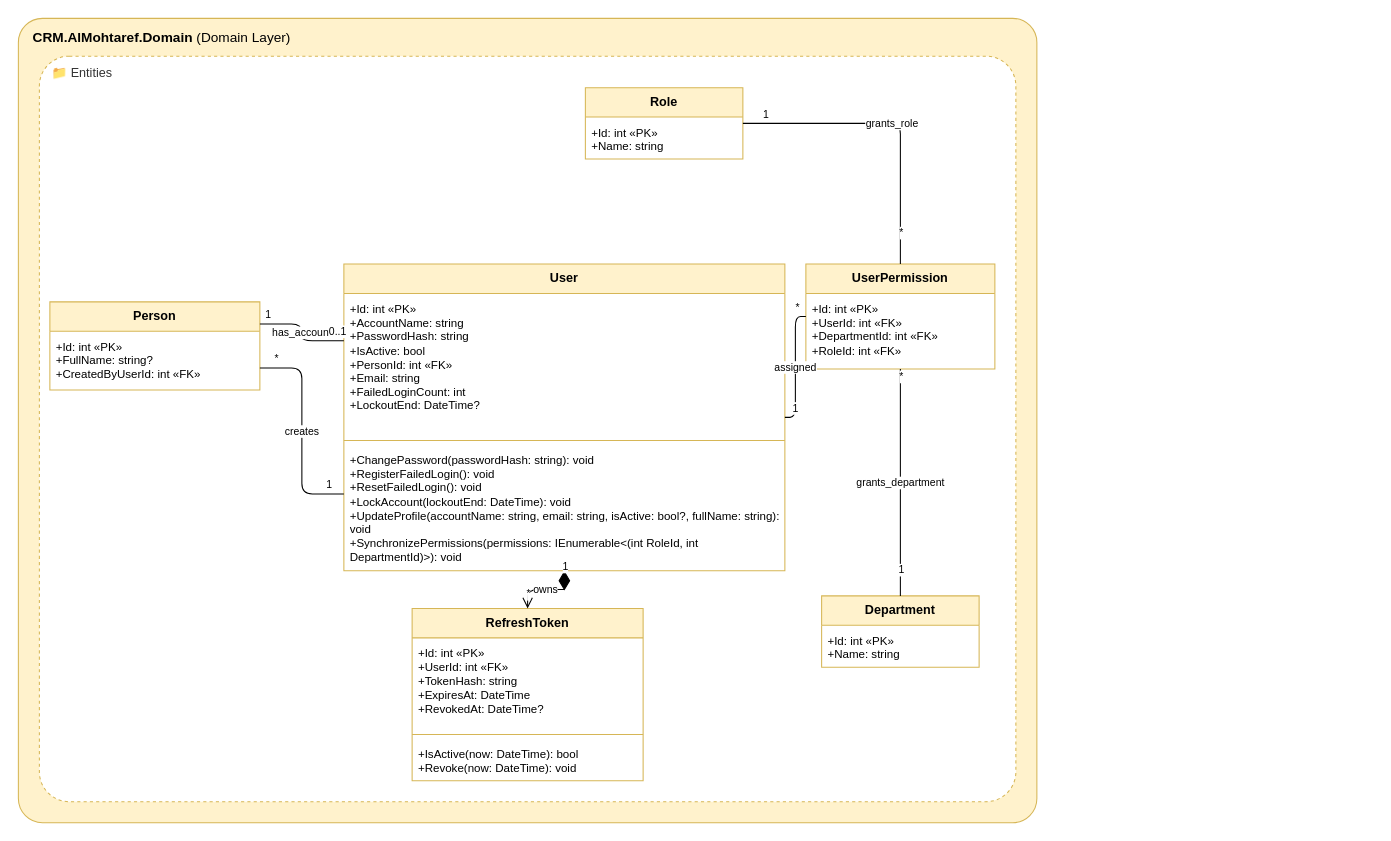
The draw.io diagram page "02 Identity & Access" (2 of 5) of docs/design/classes/domain.drawio in QF-MJ/crm-al-mohtaref, before the edit. Source tidied: cells renumbered, new cells numbered last; positions are measured from the earlier drawing's top-left corner, leaving out a move shared by most shapes. Both pictures are drawn from the tidied source at 105%, with x=0, y=0 at pixel (18, 18).
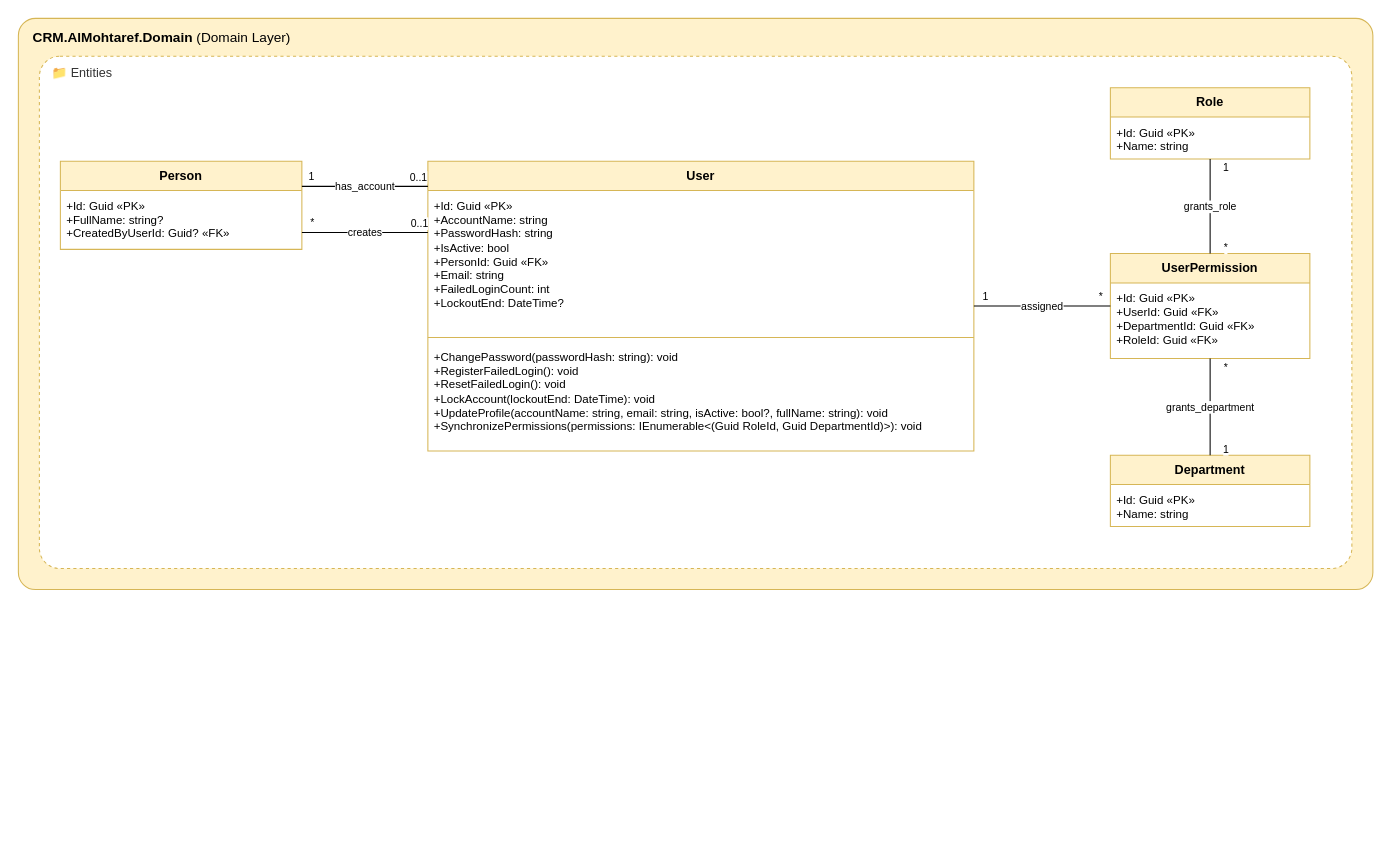
The same diagram, later.

Diff of the diagram source:
```diff
@@
     <mxCell id="2" value="&lt;b&gt;CRM.AlMohtaref.Domain&lt;/b&gt; (Domain Layer)" style="rounded=1;whiteSpace=wrap;html=1;verticalAlign=top;align=left;spacingLeft=12;spacingTop=4;arcSize=3;fillColor=#fff2cc;strokeColor=#d6b656;fontSize=13;" parent="1" vertex="1">
-      <mxGeometry width="970" height="766" as="geometry" />
+      <mxGeometry width="1290" height="544" as="geometry" />
     </mxCell>
     <mxCell id="3" value="&amp;#128193; Entities" style="rounded=1;whiteSpace=wrap;html=1;verticalAlign=top;align=left;spacingLeft=10;spacingTop=2;arcSize=4;fillColor=#FFFFFF;strokeColor=#d6b656;dashed=1;fontSize=12;fontColor=#333333;" parent="2" vertex="1">
-      <mxGeometry x="20" y="36" width="930" height="710" as="geometry" />
+      <mxGeometry x="20" y="36" width="1250" height="488" as="geometry" />
     </mxCell>
-    <mxCell id="4" value="&lt;b&gt;Department&lt;/b&gt;" style="swimlane;fontStyle=0;align=center;verticalAlign=middle;horizontal=1;startSize=28;html=1;whiteSpace=wrap;fontSize=12;fillColor=#fff2cc;strokeColor=#d6b656;swimlaneFillColor=#FFFFFF;" parent="3" vertex="1">
-      <mxGeometry x="745" y="514" width="150" height="68" as="geometry" />
-    </mxCell>
-    <mxCell id="5" value="+Id: int «PK»&lt;br&gt;+Name: string" style="text;strokeColor=none;fillColor=none;align=left;verticalAlign=top;spacingLeft=4;spacingRight=4;spacingTop=2;overflow=hidden;whiteSpace=wrap;html=1;fontSize=11;" parent="4" vertex="1">
-      <mxGeometry y="28" width="150" height="40" as="geometry" />
-    </mxCell>
     <mxCell id="6" value="&lt;b&gt;Role&lt;/b&gt;" style="swimlane;fontStyle=0;align=center;verticalAlign=middle;horizontal=1;startSize=28;html=1;whiteSpace=wrap;fontSize=12;fillColor=#fff2cc;strokeColor=#d6b656;swimlaneFillColor=#FFFFFF;" parent="3" vertex="1">
-      <mxGeometry x="520" y="30" width="150" height="68" as="geometry" />
+      <mxGeometry x="1020" y="30" width="190" height="68" as="geometry" />
     </mxCell>
-    <mxCell id="7" value="+Id: int «PK»&lt;br&gt;+Name: string" style="text;strokeColor=none;fillColor=none;align=left;verticalAlign=top;spacingLeft=4;spacingRight=4;spacingTop=2;overflow=hidden;whiteSpace=wrap;html=1;fontSize=11;" parent="6" vertex="1">
-      <mxGeometry y="28" width="150" height="40" as="geometry" />
+    <mxCell id="7" value="+Id: Guid «PK»&lt;br&gt;+Name: string" style="text;strokeColor=none;fillColor=none;align=left;verticalAlign=top;spacingLeft=4;spacingRight=4;spacingTop=2;overflow=hidden;whiteSpace=wrap;html=1;fontSize=11;" parent="6" vertex="1">
+      <mxGeometry y="28" width="190" height="40" as="geometry" />
     </mxCell>
     <mxCell id="8" value="&lt;b&gt;Person&lt;/b&gt;" style="swimlane;fontStyle=0;align=center;verticalAlign=middle;horizontal=1;startSize=28;html=1;whiteSpace=wrap;fontSize=12;fillColor=#fff2cc;strokeColor=#d6b656;swimlaneFillColor=#FFFFFF;" parent="3" vertex="1">
-      <mxGeometry x="10" y="234" width="200" height="84" as="geometry" />
+      <mxGeometry x="20" y="100" width="230" height="84" as="geometry" />
     </mxCell>
-    <mxCell id="9" value="+Id: int «PK»&lt;br&gt;+FullName: string?&lt;br&gt;+CreatedByUserId: int «FK»" style="text;strokeColor=none;fillColor=none;align=left;verticalAlign=top;spacingLeft=4;spacingRight=4;spacingTop=2;overflow=hidden;whiteSpace=wrap;html=1;fontSize=11;" parent="8" vertex="1">
-      <mxGeometry y="28" width="200" height="56" as="geometry" />
+    <mxCell id="9" value="+Id: Guid «PK»&lt;br&gt;+FullName: string?&lt;br&gt;+CreatedByUserId: Guid? «FK»" style="text;strokeColor=none;fillColor=none;align=left;verticalAlign=top;spacingLeft=4;spacingRight=4;spacingTop=2;overflow=hidden;whiteSpace=wrap;html=1;fontSize=11;" parent="8" vertex="1">
+      <mxGeometry y="28" width="230" height="56" as="geometry" />
     </mxCell>
     <mxCell id="10" value="&lt;b&gt;User&lt;/b&gt;" style="swimlane;fontStyle=0;align=center;verticalAlign=middle;horizontal=1;startSize=28;html=1;whiteSpace=wrap;fontSize=12;fillColor=#fff2cc;strokeColor=#d6b656;swimlaneFillColor=#FFFFFF;" parent="3" vertex="1">
-      <mxGeometry x="290" y="198" width="420" height="292" as="geometry" />
+      <mxGeometry x="370" y="100" width="520" height="276" as="geometry" />
     </mxCell>
-    <mxCell id="11" value="+Id: int «PK»&lt;br&gt;+AccountName: string&lt;br&gt;+PasswordHash: string&lt;br&gt;+IsActive: bool&lt;br&gt;+PersonId: int «FK»&lt;br&gt;+Email: string&lt;br&gt;+FailedLoginCount: int&lt;br&gt;+LockoutEnd: DateTime?" style="text;strokeColor=none;fillColor=none;align=left;verticalAlign=top;spacingLeft=4;spacingRight=4;spacingTop=2;overflow=hidden;whiteSpace=wrap;html=1;fontSize=11;" parent="10" vertex="1">
-      <mxGeometry y="28" width="420" height="136" as="geometry" />
+    <mxCell id="11" value="+Id: Guid «PK»&lt;br&gt;+AccountName: string&lt;br&gt;+PasswordHash: string&lt;br&gt;+IsActive: bool&lt;br&gt;+PersonId: Guid «FK»&lt;br&gt;+Email: string&lt;br&gt;+FailedLoginCount: int&lt;br&gt;+LockoutEnd: DateTime?" style="text;strokeColor=none;fillColor=none;align=left;verticalAlign=top;spacingLeft=4;spacingRight=4;spacingTop=2;overflow=hidden;whiteSpace=wrap;html=1;fontSize=11;" parent="10" vertex="1">
+      <mxGeometry y="28" width="520" height="136" as="geometry" />
     </mxCell>
     <mxCell id="12" style="line;strokeWidth=1;fillColor=none;align=left;verticalAlign=middle;spacingTop=-1;spacingLeft=3;spacingRight=3;labelPosition=right;strokeColor=inherit;" parent="10" vertex="1">
-      <mxGeometry y="164" width="420" height="8" as="geometry" />
+      <mxGeometry y="164" width="520" height="8" as="geometry" />
     </mxCell>
-    <mxCell id="13" value="+ChangePassword(passwordHash: string): void&lt;br&gt;+RegisterFailedLogin(): void&lt;br&gt;+ResetFailedLogin(): void&lt;br&gt;+LockAccount(lockoutEnd: DateTime): void&lt;br&gt;+UpdateProfile(accountName: string, email: string, isActive: bool?, fullName: string): void&lt;br&gt;+SynchronizePermissions(permissions: IEnumerable&amp;lt;(int RoleId, int DepartmentId)&amp;gt;): void" style="text;strokeColor=none;fillColor=none;align=left;verticalAlign=top;spacingLeft=4;spacingRight=4;spacingTop=2;overflow=hidden;whiteSpace=wrap;html=1;fontSize=11;" parent="10" vertex="1">
-      <mxGeometry y="172" width="420" height="120" as="geometry" />
+    <mxCell id="13" value="+ChangePassword(passwordHash: string): void&lt;br&gt;+RegisterFailedLogin(): void&lt;br&gt;+ResetFailedLogin(): void&lt;br&gt;+LockAccount(lockoutEnd: DateTime): void&lt;br&gt;+UpdateProfile(accountName: string, email: string, isActive: bool?, fullName: string): void&lt;br&gt;+SynchronizePermissions(permissions: IEnumerable&amp;lt;(Guid RoleId, Guid DepartmentId)&amp;gt;): void" style="text;strokeColor=none;fillColor=none;align=left;verticalAlign=top;spacingLeft=4;spacingRight=4;spacingTop=2;overflow=hidden;whiteSpace=wrap;html=1;fontSize=11;" parent="10" vertex="1">
+      <mxGeometry y="172" width="520" height="104" as="geometry" />
     </mxCell>
     <mxCell id="14" value="&lt;b&gt;UserPermission&lt;/b&gt;" style="swimlane;fontStyle=0;align=center;verticalAlign=middle;horizontal=1;startSize=28;html=1;whiteSpace=wrap;fontSize=12;fillColor=#fff2cc;strokeColor=#d6b656;swimlaneFillColor=#FFFFFF;" parent="3" vertex="1">
-      <mxGeometry x="730" y="198" width="180" height="100" as="geometry" />
+      <mxGeometry x="1020" y="188" width="190" height="100" as="geometry" />
     </mxCell>
-    <mxCell id="15" value="+Id: int «PK»&lt;br&gt;+UserId: int «FK»&lt;br&gt;+DepartmentId: int «FK»&lt;br&gt;+RoleId: int «FK»" style="text;strokeColor=none;fillColor=none;align=left;verticalAlign=top;spacingLeft=4;spacingRight=4;spacingTop=2;overflow=hidden;whiteSpace=wrap;html=1;fontSize=11;" parent="14" vertex="1">
-      <mxGeometry y="28" width="180" height="72" as="geometry" />
+    <mxCell id="15" value="+Id: Guid «PK»&lt;br&gt;+UserId: Guid «FK»&lt;br&gt;+DepartmentId: Guid «FK»&lt;br&gt;+RoleId: Guid «FK»" style="text;strokeColor=none;fillColor=none;align=left;verticalAlign=top;spacingLeft=4;spacingRight=4;spacingTop=2;overflow=hidden;whiteSpace=wrap;html=1;fontSize=11;" parent="14" vertex="1">
+      <mxGeometry y="28" width="190" height="72" as="geometry" />
     </mxCell>
-    <mxCell id="16" value="&lt;b&gt;RefreshToken&lt;/b&gt;" style="swimlane;fontStyle=0;align=center;verticalAlign=middle;horizontal=1;startSize=28;html=1;whiteSpace=wrap;fontSize=12;fillColor=#fff2cc;strokeColor=#d6b656;swimlaneFillColor=#FFFFFF;" parent="3" vertex="1">
-      <mxGeometry x="355" y="526" width="220" height="164" as="geometry" />
-    </mxCell>
-    <mxCell id="17" value="+Id: int «PK»&lt;br&gt;+UserId: int «FK»&lt;br&gt;+TokenHash: string&lt;br&gt;+ExpiresAt: DateTime&lt;br&gt;+RevokedAt: DateTime?" style="text;strokeColor=none;fillColor=none;align=left;verticalAlign=top;spacingLeft=4;spacingRight=4;spacingTop=2;overflow=hidden;whiteSpace=wrap;html=1;fontSize=11;" parent="16" vertex="1">
-      <mxGeometry y="28" width="220" height="88" as="geometry" />
-    </mxCell>
-    <mxCell id="18" style="line;strokeWidth=1;fillColor=none;align=left;verticalAlign=middle;spacingTop=-1;spacingLeft=3;spacingRight=3;labelPosition=right;strokeColor=inherit;" parent="16" vertex="1">
-      <mxGeometry y="116" width="220" height="8" as="geometry" />
-    </mxCell>
-    <mxCell id="19" value="+IsActive(now: DateTime): bool&lt;br&gt;+Revoke(now: DateTime): void" style="text;strokeColor=none;fillColor=none;align=left;verticalAlign=top;spacingLeft=4;spacingRight=4;spacingTop=2;overflow=hidden;whiteSpace=wrap;html=1;fontSize=11;" parent="16" vertex="1">
-      <mxGeometry y="124" width="220" height="40" as="geometry" />
-    </mxCell>
-    <mxCell id="20" value="has_account" style="endArrow=none;html=1;edgeStyle=orthogonalEdgeStyle;rounded=1;fontSize=10;labelBackgroundColor=#FFFFFF;exitX=1;exitY=0.25;exitDx=0;exitDy=0;entryX=0;entryY=0.25;entryDx=0;entryDy=0;" parent="1" edge="1" source="8" target="10">
-      <mxGeometry relative="1" as="geometry" />
-    </mxCell>
-    <mxCell id="21" value="1" style="edgeLabel;html=1;align=center;verticalAlign=middle;fontSize=10;" parent="20" vertex="1">
-      <mxGeometry x="-0.85" relative="1" as="geometry">
-        <mxPoint y="-10" as="offset" />
-      </mxGeometry>
-    </mxCell>
-    <mxCell id="22" value="0..1" style="edgeLabel;html=1;align=center;verticalAlign=middle;fontSize=10;" parent="20" vertex="1">
-      <mxGeometry x="0.85" relative="1" as="geometry">
-        <mxPoint y="-10" as="offset" />
-      </mxGeometry>
-    </mxCell>
+    <mxCell id="4" value="&lt;b&gt;Department&lt;/b&gt;" style="swimlane;fontStyle=0;align=center;verticalAlign=middle;horizontal=1;startSize=28;html=1;whiteSpace=wrap;fontSize=12;fillColor=#fff2cc;strokeColor=#d6b656;swimlaneFillColor=#FFFFFF;" parent="3" vertex="1">
+      <mxGeometry x="1020" y="380" width="190" height="68" as="geometry" />
+    </mxCell>
+    <mxCell id="5" value="+Id: Guid «PK»&lt;br&gt;+Name: string" style="text;strokeColor=none;fillColor=none;align=left;verticalAlign=top;spacingLeft=4;spacingRight=4;spacingTop=2;overflow=hidden;whiteSpace=wrap;html=1;fontSize=11;" parent="4" vertex="1">
+      <mxGeometry y="28" width="190" height="40" as="geometry" />
+    </mxCell>
-    <mxCell id="23" value="creates" style="endArrow=none;html=1;edgeStyle=orthogonalEdgeStyle;rounded=1;fontSize=10;labelBackgroundColor=#FFFFFF;exitX=0;exitY=0.75;exitDx=0;exitDy=0;entryX=1;entryY=0.75;entryDx=0;entryDy=0;" parent="1" edge="1" source="10" target="8">
+    <mxCell id="23" value="has_account" style="endArrow=none;html=1;edgeStyle=orthogonalEdgeStyle;rounded=1;fontSize=10;labelBackgroundColor=#FFFFFF;exitX=1.0000;exitY=0.2857;exitDx=0;exitDy=0;entryX=0.0000;entryY=0.0870;entryDx=0;entryDy=0;" parent="1" edge="1" source="8" target="10">
       <mxGeometry relative="1" as="geometry" />
     </mxCell>
-    <mxCell id="24" value="1" style="edgeLabel;html=1;align=center;verticalAlign=middle;fontSize=10;" parent="23" vertex="1">
+    <mxCell id="24" value="1" style="edgeLabel;html=1;align=center;verticalAlign=middle;fontSize=10;labelBackgroundColor=#FFFFFF;" parent="23" vertex="1">
       <mxGeometry x="-0.85" relative="1" as="geometry">
         <mxPoint y="-10" as="offset" />
       </mxGeometry>
     </mxCell>
-    <mxCell id="25" value="*" style="edgeLabel;html=1;align=center;verticalAlign=middle;fontSize=10;" parent="23" vertex="1">
+    <mxCell id="25" value="0..1" style="edgeLabel;html=1;align=center;verticalAlign=middle;fontSize=10;labelBackgroundColor=#FFFFFF;" parent="23" vertex="1">
       <mxGeometry x="0.85" relative="1" as="geometry">
         <mxPoint y="-10" as="offset" />
       </mxGeometry>
     </mxCell>
-    <mxCell id="26" value="assigned" style="endArrow=none;html=1;edgeStyle=orthogonalEdgeStyle;rounded=1;fontSize=10;labelBackgroundColor=#FFFFFF;" parent="1" edge="1" source="10" target="14">
+    <mxCell id="26" value="creates" style="endArrow=none;html=1;edgeStyle=orthogonalEdgeStyle;rounded=1;fontSize=10;labelBackgroundColor=#FFFFFF;exitX=0.0000;exitY=0.2464;exitDx=0;exitDy=0;entryX=1.0000;entryY=0.8095;entryDx=0;entryDy=0;" parent="1" edge="1" source="10" target="8">
       <mxGeometry relative="1" as="geometry" />
     </mxCell>
-    <mxCell id="27" value="1" style="edgeLabel;html=1;align=center;verticalAlign=middle;fontSize=10;" parent="26" vertex="1">
+    <mxCell id="27" value="0..1" style="edgeLabel;html=1;align=center;verticalAlign=middle;fontSize=10;labelBackgroundColor=#FFFFFF;" parent="26" vertex="1">
       <mxGeometry x="-0.85" relative="1" as="geometry">
         <mxPoint y="-10" as="offset" />
       </mxGeometry>
     </mxCell>
-    <mxCell id="28" value="*" style="edgeLabel;html=1;align=center;verticalAlign=middle;fontSize=10;" parent="26" vertex="1">
+    <mxCell id="28" value="*" style="edgeLabel;html=1;align=center;verticalAlign=middle;fontSize=10;labelBackgroundColor=#FFFFFF;" parent="26" vertex="1">
       <mxGeometry x="0.85" relative="1" as="geometry">
         <mxPoint y="-10" as="offset" />
       </mxGeometry>
     </mxCell>
-    <mxCell id="29" value="grants_department" style="endArrow=none;html=1;edgeStyle=orthogonalEdgeStyle;rounded=1;fontSize=10;labelBackgroundColor=#FFFFFF;" parent="1" edge="1" source="4" target="14">
+    <mxCell id="29" value="assigned" style="endArrow=none;html=1;edgeStyle=orthogonalEdgeStyle;rounded=1;fontSize=10;labelBackgroundColor=#FFFFFF;exitX=1.0000;exitY=0.5000;exitDx=0;exitDy=0;entryX=0.0000;entryY=0.5000;entryDx=0;entryDy=0;" parent="1" edge="1" source="10" target="14">
       <mxGeometry relative="1" as="geometry" />
     </mxCell>
-    <mxCell id="30" value="1" style="edgeLabel;html=1;align=center;verticalAlign=middle;fontSize=10;" parent="29" vertex="1">
+    <mxCell id="30" value="1" style="edgeLabel;html=1;align=center;verticalAlign=middle;fontSize=10;labelBackgroundColor=#FFFFFF;" parent="29" vertex="1">
       <mxGeometry x="-0.85" relative="1" as="geometry">
         <mxPoint y="-10" as="offset" />
       </mxGeometry>
     </mxCell>
-    <mxCell id="31" value="*" style="edgeLabel;html=1;align=center;verticalAlign=middle;fontSize=10;" parent="29" vertex="1">
+    <mxCell id="31" value="*" style="edgeLabel;html=1;align=center;verticalAlign=middle;fontSize=10;labelBackgroundColor=#FFFFFF;" parent="29" vertex="1">
       <mxGeometry x="0.85" relative="1" as="geometry">
         <mxPoint y="-10" as="offset" />
       </mxGeometry>
     </mxCell>
-    <mxCell id="32" value="grants_role" style="endArrow=none;html=1;edgeStyle=orthogonalEdgeStyle;rounded=1;fontSize=10;labelBackgroundColor=#FFFFFF;" parent="1" edge="1" source="6" target="14">
+    <mxCell id="32" value="grants_role" style="endArrow=none;html=1;edgeStyle=orthogonalEdgeStyle;rounded=1;fontSize=10;labelBackgroundColor=#FFFFFF;exitX=0.5000;exitY=1.0000;exitDx=0;exitDy=0;entryX=0.5000;entryY=0.0000;entryDx=0;entryDy=0;" parent="1" edge="1" source="6" target="14">
       <mxGeometry relative="1" as="geometry" />
     </mxCell>
-    <mxCell id="33" value="1" style="edgeLabel;html=1;align=center;verticalAlign=middle;fontSize=10;" parent="32" vertex="1">
+    <mxCell id="33" value="1" style="edgeLabel;html=1;align=center;verticalAlign=middle;fontSize=10;labelBackgroundColor=#FFFFFF;" parent="32" vertex="1">
       <mxGeometry x="-0.85" relative="1" as="geometry">
-        <mxPoint y="-10" as="offset" />
+        <mxPoint x="14" as="offset" />
       </mxGeometry>
     </mxCell>
-    <mxCell id="34" value="*" style="edgeLabel;html=1;align=center;verticalAlign=middle;fontSize=10;" parent="32" vertex="1">
+    <mxCell id="34" value="*" style="edgeLabel;html=1;align=center;verticalAlign=middle;fontSize=10;labelBackgroundColor=#FFFFFF;" parent="32" vertex="1">
       <mxGeometry x="0.85" relative="1" as="geometry">
-        <mxPoint y="-10" as="offset" />
+        <mxPoint x="14" as="offset" />
       </mxGeometry>
     </mxCell>
-    <mxCell id="35" value="owns" style="startArrow=diamondThin;startFill=1;startSize=16;endArrow=open;endSize=8;html=1;edgeStyle=orthogonalEdgeStyle;rounded=1;fontSize=10;labelBackgroundColor=#FFFFFF;" parent="1" edge="1" source="10" target="16">
+    <mxCell id="35" value="grants_department" style="endArrow=none;html=1;edgeStyle=orthogonalEdgeStyle;rounded=1;fontSize=10;labelBackgroundColor=#FFFFFF;exitX=0.5000;exitY=0.0000;exitDx=0;exitDy=0;entryX=0.5000;entryY=1.0000;entryDx=0;entryDy=0;" parent="1" edge="1" source="4" target="14">
       <mxGeometry relative="1" as="geometry" />
     </mxCell>
-    <mxCell id="36" value="1" style="edgeLabel;html=1;align=center;verticalAlign=middle;fontSize=10;" parent="35" vertex="1">
+    <mxCell id="36" value="1" style="edgeLabel;html=1;align=center;verticalAlign=middle;fontSize=10;labelBackgroundColor=#FFFFFF;" parent="35" vertex="1">
       <mxGeometry x="-0.85" relative="1" as="geometry">
-        <mxPoint y="-10" as="offset" />
+        <mxPoint x="14" as="offset" />
       </mxGeometry>
     </mxCell>
-    <mxCell id="37" value="*" style="edgeLabel;html=1;align=center;verticalAlign=middle;fontSize=10;" parent="35" vertex="1">
+    <mxCell id="37" value="*" style="edgeLabel;html=1;align=center;verticalAlign=middle;fontSize=10;labelBackgroundColor=#FFFFFF;" parent="35" vertex="1">
       <mxGeometry x="0.85" relative="1" as="geometry">
-        <mxPoint y="-10" as="offset" />
+        <mxPoint x="14" as="offset" />
       </mxGeometry>
     </mxCell>
```
